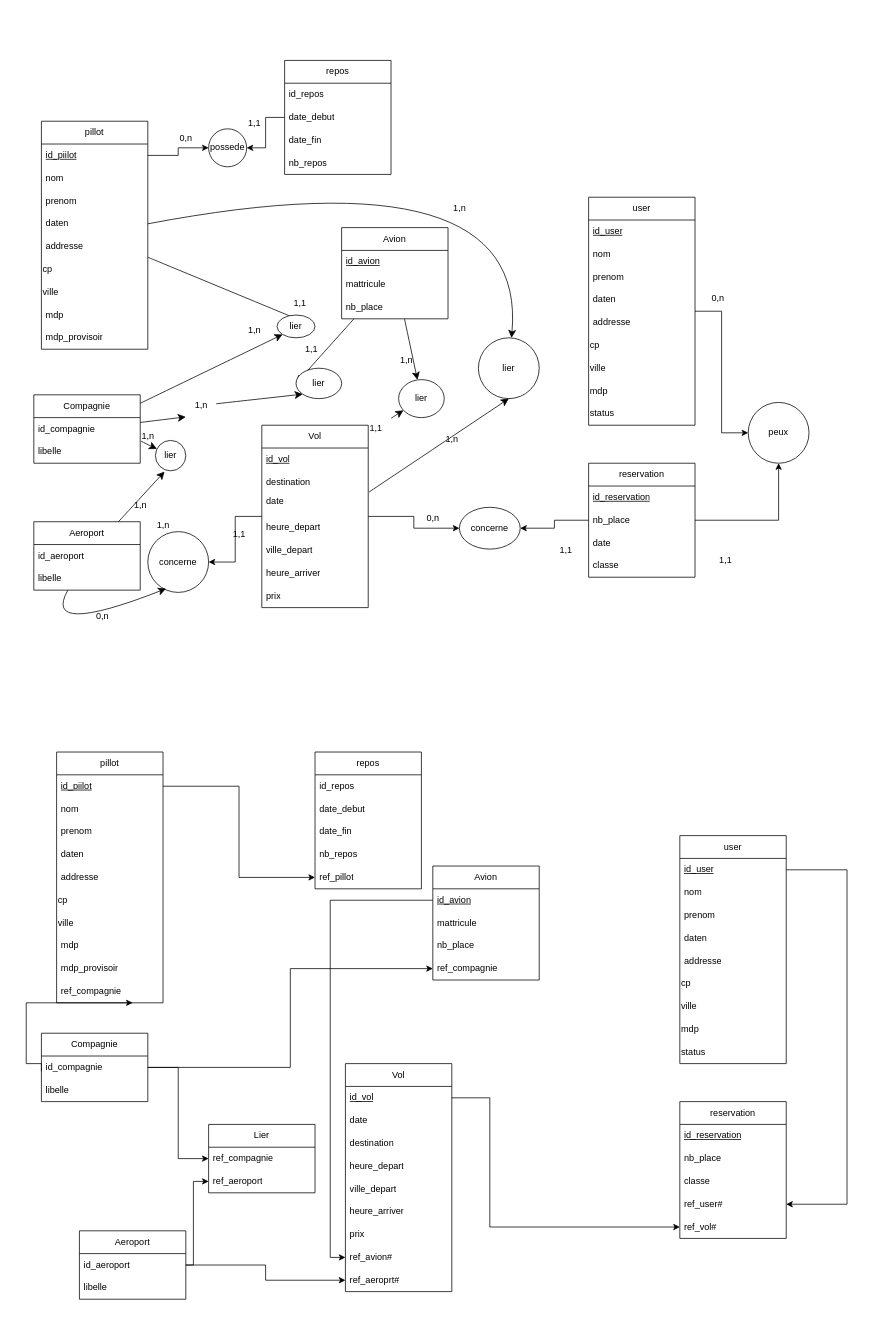
Djibril-Korchi/A-roport keeps this draw.io diagram as page "Page-1" (1 of 2) of MCD(1).drawio. Above is the earlier version. Source tidied: cells renumbered, new cells numbered last; positions are measured from the earlier drawing's top-left corner, leaving out a move shared by most shapes. Both pictures are drawn from the tidied source at 76%, with x=0, y=0 at pixel (26, 60).
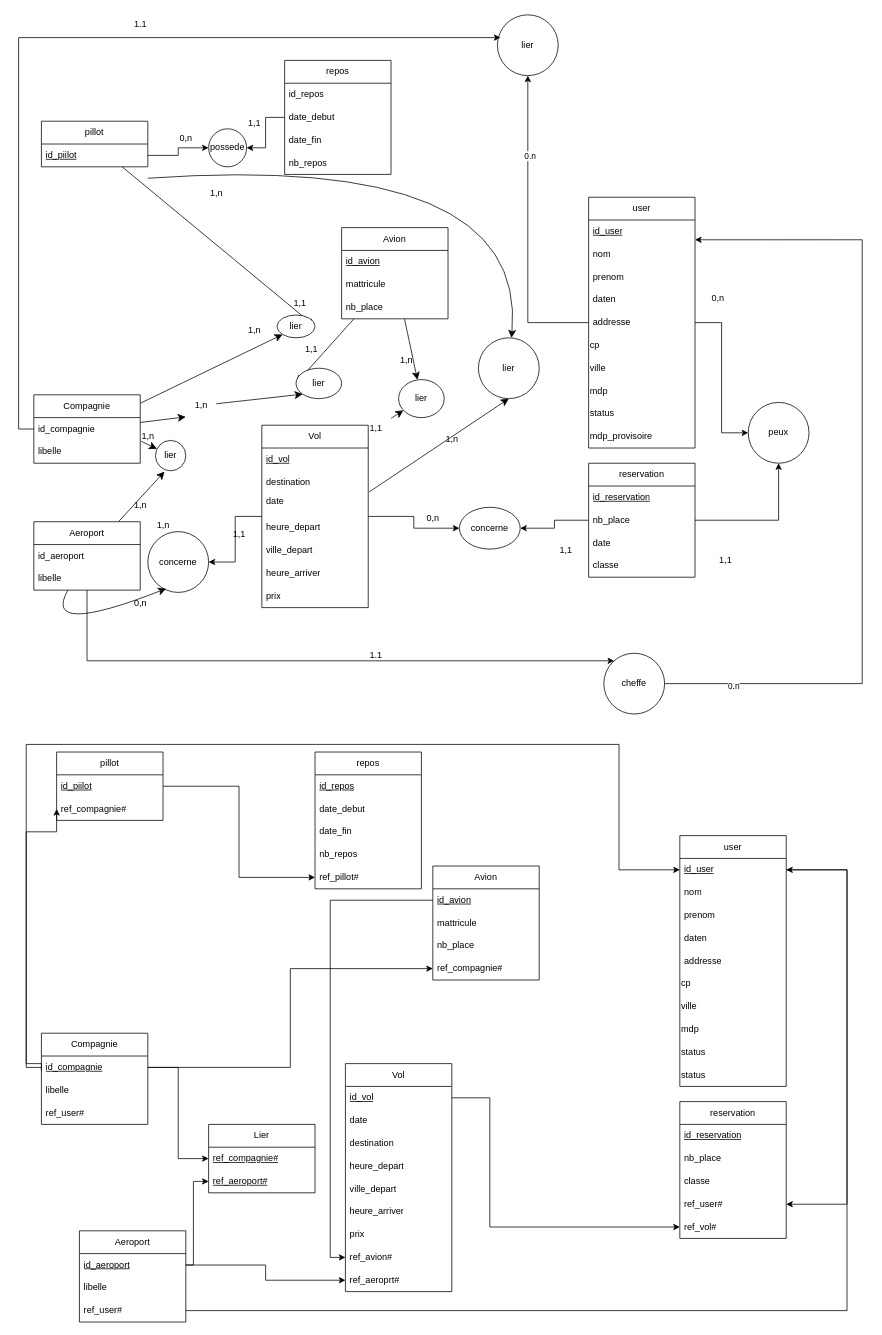
Above is the later version.

The change refers to these unchanged cells:
```xml
<mxCell id="5" value="nom" style="text;strokeColor=none;fillColor=none;align=left;verticalAlign=middle;spacingLeft=4;spacingRight=4;overflow=hidden;points=[[0,0.5],[1,0.5]];portConstraint=eastwest;whiteSpace=wrap;html=1;" parent="3" vertex="1">
  <mxGeometry y="60" width="140" height="30" as="geometry" />
</mxCell>
<mxCell id="63" value="Compagnie" style="swimlane;fontStyle=0;horizontal=1;startSize=30;whiteSpace=wrap;html=1;" parent="1" vertex="1">
  <mxGeometry x="10" y="440" width="140" height="90" as="geometry" />
</mxCell>
<mxCell id="67" value="Aeroport" style="swimlane;fontStyle=0;horizontal=1;startSize=30;whiteSpace=wrap;html=1;" parent="1" vertex="1">
  <mxGeometry x="10" y="607" width="140" height="90" as="geometry" />
</mxCell>
<mxCell id="76" value="lier" style="ellipse;whiteSpace=wrap;html=1;" parent="1" vertex="1">
  <mxGeometry x="595" y="365" width="80" height="80" as="geometry" />
</mxCell>
<mxCell id="83" value="id_user" style="text;strokeColor=none;fillColor=none;align=left;verticalAlign=middle;spacingLeft=4;spacingRight=4;overflow=hidden;points=[[0,0.5],[1,0.5]];portConstraint=eastwest;whiteSpace=wrap;html=1;fontStyle=4;" parent="82" vertex="1">
  <mxGeometry y="30" width="140" height="30" as="geometry" />
</mxCell>
<mxCell id="121" value="Avion" style="swimlane;fontStyle=0;horizontal=1;startSize=30;whiteSpace=wrap;html=1;" parent="1" vertex="1">
  <mxGeometry x="535" y="1060" width="140" height="150" as="geometry" />
</mxCell>
<mxCell id="138" value="Lier" style="swimlane;fontStyle=0;horizontal=1;startSize=30;whiteSpace=wrap;html=1;" parent="1" vertex="1">
  <mxGeometry x="240" y="1400" width="140" height="90" as="geometry" />
</mxCell>
<mxCell id="157" value="repos" style="swimlane;fontStyle=0;horizontal=1;startSize=30;whiteSpace=wrap;html=1;" parent="1" vertex="1">
  <mxGeometry x="380" y="910" width="140" height="180" as="geometry" />
</mxCell>
```

Change to the diagram source:
```diff
@@
+    <mxCell id="164" style="edgeStyle=orthogonalEdgeStyle;rounded=0;jettySize=auto;html=1;" parent="1" edge="1" source="3" target="172">
+      <mxGeometry relative="1" as="geometry" />
+    </mxCell>
+    <mxCell id="165" value="0.n" style="edgeLabel;html=1;align=center;verticalAlign=middle;" parent="164" vertex="1">
+      <mxGeometry x="0.48" y="-2" relative="1" as="geometry" />
+    </mxCell>
     <mxCell id="3" value="user" style="swimlane;fontStyle=0;horizontal=1;startSize=30;whiteSpace=wrap;html=1;" parent="1" vertex="1">
-      <mxGeometry x="740" y="180" width="140" height="300" as="geometry" />
+      <mxGeometry x="740" y="180" width="140" height="330" as="geometry" />
     </mxCell>
@@
+    <mxCell id="166" value="mdp_provisoire" style="text;html=1;align=left;verticalAlign=middle;whiteSpace=wrap;rounded=0;" parent="3" vertex="1">
+      <mxGeometry y="300" width="140" height="30" as="geometry" />
+    </mxCell>
@@
     <mxCell id="32" value="pillot" style="swimlane;fontStyle=0;horizontal=1;startSize=30;whiteSpace=wrap;html=1;" parent="1" vertex="1">
-      <mxGeometry x="20" y="80" width="140" height="300" as="geometry" />
+      <mxGeometry x="20" y="80" width="140" height="60" as="geometry" />
     </mxCell>
@@
-    <mxCell id="34" value="nom" style="text;strokeColor=none;fillColor=none;align=left;verticalAlign=middle;spacingLeft=4;spacingRight=4;overflow=hidden;whiteSpace=wrap;html=1;" parent="32" vertex="1">
-      <mxGeometry y="60" width="140" height="30" as="geometry" />
-    </mxCell>
-    <mxCell id="35" value="prenom" style="text;strokeColor=none;fillColor=none;align=left;verticalAlign=middle;spacingLeft=4;spacingRight=4;overflow=hidden;whiteSpace=wrap;html=1;" parent="32" vertex="1">
-      <mxGeometry y="90" width="140" height="30" as="geometry" />
-    </mxCell>
-    <mxCell id="36" value="daten" style="text;strokeColor=none;fillColor=none;align=left;verticalAlign=middle;spacingLeft=4;spacingRight=4;overflow=hidden;points=[[0,0.5],[1,0.5]];portConstraint=eastwest;whiteSpace=wrap;html=1;" parent="32" vertex="1">
-      <mxGeometry y="120" width="140" height="30" as="geometry" />
-    </mxCell>
-    <mxCell id="37" value="addresse" style="text;strokeColor=none;fillColor=none;align=left;verticalAlign=middle;spacingLeft=4;spacingRight=4;overflow=hidden;whiteSpace=wrap;html=1;" parent="32" vertex="1">
-      <mxGeometry y="150" width="140" height="30" as="geometry" />
-    </mxCell>
-    <mxCell id="38" value="cp" style="text;html=1;align=left;verticalAlign=middle;whiteSpace=wrap;rounded=0;" parent="32" vertex="1">
-      <mxGeometry y="180" width="140" height="30" as="geometry" />
-    </mxCell>
-    <mxCell id="39" value="ville" style="text;html=1;align=left;verticalAlign=middle;whiteSpace=wrap;rounded=0;" parent="32" vertex="1">
-      <mxGeometry y="210" width="140" height="30" as="geometry" />
-    </mxCell>
-    <mxCell id="40" value="mdp" style="text;strokeColor=none;fillColor=none;align=left;verticalAlign=middle;spacingLeft=4;spacingRight=4;overflow=hidden;whiteSpace=wrap;html=1;" parent="32" vertex="1">
-      <mxGeometry y="240" width="140" height="30" as="geometry" />
-    </mxCell>
-    <mxCell id="41" value="mdp_provisoir" style="text;strokeColor=none;fillColor=none;align=left;verticalAlign=middle;spacingLeft=4;spacingRight=4;overflow=hidden;whiteSpace=wrap;html=1;" parent="32" vertex="1">
-      <mxGeometry y="270" width="140" height="30" as="geometry" />
-    </mxCell>
@@
     <mxCell id="58" value="0,n" style="text;html=1;align=center;verticalAlign=middle;strokeColor=none;fillColor=none;" parent="1" vertex="1">
-      <mxGeometry x="80" y="717" width="40" height="30" as="geometry" />
+      <mxGeometry x="130" y="700" width="40" height="30" as="geometry" />
     </mxCell>
@@
+    <mxCell id="167" style="edgeStyle=orthogonalEdgeStyle;rounded=0;jettySize=auto;html=1;" parent="1" edge="1" source="67" target="174">
+      <mxGeometry relative="1" as="geometry">
+        <Array as="points">
+          <mxPoint x="80" y="790" />
+        </Array>
+      </mxGeometry>
+    </mxCell>
@@
-    <mxCell id="77" style="edgeStyle=none;curved=1;rounded=0;jettySize=auto;html=1;fontSize=12;startSize=8;endSize=8;exitX=1;exitY=0.5;exitDx=0;exitDy=0;" parent="1" edge="1" source="36" target="76">
+    <mxCell id="77" style="edgeStyle=none;curved=1;rounded=0;jettySize=auto;html=1;fontSize=12;startSize=8;endSize=8;exitX=1;exitY=0.5;exitDx=0;exitDy=0;" parent="1" edge="1" target="76">
       <mxGeometry relative="1" as="geometry">
+        <mxPoint x="160" y="155" as="sourcePoint" />
         <Array as="points">
           <mxPoint x="660" y="120" />
         </Array>
       </mxGeometry>
     </mxCell>
@@
     <mxCell id="82" value="user" style="swimlane;fontStyle=0;horizontal=1;startSize=30;whiteSpace=wrap;html=1;" parent="1" vertex="1">
-      <mxGeometry x="860" y="1020" width="140" height="300" as="geometry" />
+      <mxGeometry x="860" y="1020" width="140" height="330" as="geometry" />
     </mxCell>
@@
+    <mxCell id="168" value="status" style="text;html=1;align=left;verticalAlign=middle;whiteSpace=wrap;rounded=0;" parent="82" vertex="1">
+      <mxGeometry y="300" width="140" height="30" as="geometry" />
+    </mxCell>
@@
     <mxCell id="110" value="pillot" style="swimlane;fontStyle=0;horizontal=1;startSize=30;whiteSpace=wrap;html=1;" parent="1" vertex="1">
-      <mxGeometry x="40" y="910" width="140" height="330" as="geometry" />
+      <mxGeometry x="40" y="910" width="140" height="90" as="geometry" />
     </mxCell>
@@
-    <mxCell id="112" value="nom" style="text;strokeColor=none;fillColor=none;align=left;verticalAlign=middle;spacingLeft=4;spacingRight=4;overflow=hidden;whiteSpace=wrap;html=1;" parent="110" vertex="1">
-      <mxGeometry y="60" width="140" height="30" as="geometry" />
-    </mxCell>
-    <mxCell id="113" value="prenom" style="text;strokeColor=none;fillColor=none;align=left;verticalAlign=middle;spacingLeft=4;spacingRight=4;overflow=hidden;whiteSpace=wrap;html=1;" parent="110" vertex="1">
-      <mxGeometry y="90" width="140" height="30" as="geometry" />
-    </mxCell>
-    <mxCell id="114" value="daten" style="text;strokeColor=none;fillColor=none;align=left;verticalAlign=middle;spacingLeft=4;spacingRight=4;overflow=hidden;whiteSpace=wrap;html=1;" parent="110" vertex="1">
-      <mxGeometry y="120" width="140" height="30" as="geometry" />
-    </mxCell>
-    <mxCell id="115" value="addresse" style="text;strokeColor=none;fillColor=none;align=left;verticalAlign=middle;spacingLeft=4;spacingRight=4;overflow=hidden;whiteSpace=wrap;html=1;" parent="110" vertex="1">
-      <mxGeometry y="150" width="140" height="30" as="geometry" />
-    </mxCell>
-    <mxCell id="116" value="cp" style="text;html=1;align=left;verticalAlign=middle;whiteSpace=wrap;rounded=0;" parent="110" vertex="1">
-      <mxGeometry y="180" width="140" height="30" as="geometry" />
-    </mxCell>
-    <mxCell id="117" value="ville" style="text;html=1;align=left;verticalAlign=middle;whiteSpace=wrap;rounded=0;" parent="110" vertex="1">
-      <mxGeometry y="210" width="140" height="30" as="geometry" />
-    </mxCell>
-    <mxCell id="118" value="mdp" style="text;strokeColor=none;fillColor=none;align=left;verticalAlign=middle;spacingLeft=4;spacingRight=4;overflow=hidden;whiteSpace=wrap;html=1;" parent="110" vertex="1">
-      <mxGeometry y="240" width="140" height="30" as="geometry" />
-    </mxCell>
-    <mxCell id="119" value="mdp_provisoir" style="text;strokeColor=none;fillColor=none;align=left;verticalAlign=middle;spacingLeft=4;spacingRight=4;overflow=hidden;whiteSpace=wrap;html=1;" parent="110" vertex="1">
-      <mxGeometry y="270" width="140" height="30" as="geometry" />
-    </mxCell>
-    <mxCell id="120" value="ref_compagnie" style="text;strokeColor=none;fillColor=none;align=left;verticalAlign=middle;spacingLeft=4;spacingRight=4;overflow=hidden;points=[[0,0.5],[1,0.5]];portConstraint=eastwest;whiteSpace=wrap;html=1;" parent="110" vertex="1">
-      <mxGeometry y="300" width="140" height="30" as="geometry" />
+    <mxCell id="120" value="ref_compagnie#" style="text;strokeColor=none;fillColor=none;align=left;verticalAlign=middle;spacingLeft=4;spacingRight=4;overflow=hidden;points=[[0,0.5],[1,0.5]];portConstraint=eastwest;whiteSpace=wrap;html=1;" parent="110" vertex="1">
+      <mxGeometry y="60" width="140" height="30" as="geometry" />
     </mxCell>
@@
-    <mxCell id="125" value="ref_compagnie" style="text;strokeColor=none;fillColor=none;align=left;verticalAlign=middle;spacingLeft=4;spacingRight=4;overflow=hidden;points=[[0,0.5],[1,0.5]];portConstraint=eastwest;whiteSpace=wrap;html=1;" parent="121" vertex="1">
+    <mxCell id="125" value="ref_compagnie#" style="text;strokeColor=none;fillColor=none;align=left;verticalAlign=middle;spacingLeft=4;spacingRight=4;overflow=hidden;points=[[0,0.5],[1,0.5]];portConstraint=eastwest;whiteSpace=wrap;html=1;" parent="121" vertex="1">
       <mxGeometry y="120" width="140" height="30" as="geometry" />
     </mxCell>
+    <mxCell id="169" style="edgeStyle=orthogonalEdgeStyle;rounded=0;jettySize=auto;html=1;exitX=0;exitY=0.5;exitDx=0;exitDy=0;" parent="1" edge="1" source="128" target="83">
+      <mxGeometry relative="1" as="geometry">
+        <Array as="points">
+          <mxPoint y="1325" />
+          <mxPoint y="900" />
+          <mxPoint x="780" y="900" />
+          <mxPoint x="780" y="1065" />
+        </Array>
+      </mxGeometry>
+    </mxCell>
     <mxCell id="126" value="Compagnie" style="swimlane;fontStyle=0;horizontal=1;startSize=30;whiteSpace=wrap;html=1;" parent="1" vertex="1">
-      <mxGeometry x="20" y="1280" width="140" height="90" as="geometry" />
+      <mxGeometry x="20" y="1280" width="140" height="120" as="geometry" />
     </mxCell>
-    <mxCell id="127" style="edgeStyle=orthogonalEdgeStyle;rounded=0;orthogonalLoop=1;jettySize=auto;html=1;entryX=0;entryY=0.5;entryDx=0;entryDy=0;" parent="126" edge="1">
+    <mxCell id="127" style="edgeStyle=orthogonalEdgeStyle;rounded=0;jettySize=auto;html=1;entryX=0;entryY=0.5;entryDx=0;entryDy=0;" parent="126" edge="1" target="120">
       <mxGeometry relative="1" as="geometry">
         <mxPoint y="50" as="sourcePoint" />
-        <mxPoint x="120" y="-40" as="targetPoint" />
         <Array as="points">
           <mxPoint y="40" />
           <mxPoint x="-20" y="40" />
-          <mxPoint x="-20" y="-40" />
+          <mxPoint x="-20" y="-265" />
         </Array>
       </mxGeometry>
     </mxCell>
-    <mxCell id="128" value="id_compagnie" style="text;strokeColor=none;fillColor=none;align=left;verticalAlign=middle;spacingLeft=4;spacingRight=4;overflow=hidden;points=[[0,0.5],[1,0.5]];portConstraint=eastwest;whiteSpace=wrap;html=1;" parent="126" vertex="1">
+    <mxCell id="128" value="id_compagnie" style="text;strokeColor=none;fillColor=none;align=left;verticalAlign=middle;spacingLeft=4;spacingRight=4;overflow=hidden;points=[[0,0.5],[1,0.5]];portConstraint=eastwest;whiteSpace=wrap;html=1;fontStyle=4;" parent="126" vertex="1">
       <mxGeometry y="30" width="140" height="30" as="geometry" />
     </mxCell>
@@
+    <mxCell id="170" value="ref_user#" style="text;strokeColor=none;fillColor=none;align=left;verticalAlign=middle;spacingLeft=4;spacingRight=4;overflow=hidden;whiteSpace=wrap;html=1;" parent="126" vertex="1">
+      <mxGeometry y="90" width="140" height="30" as="geometry" />
+    </mxCell>
     <mxCell id="130" value="Aeroport" style="swimlane;fontStyle=0;horizontal=1;startSize=30;whiteSpace=wrap;html=1;" parent="1" vertex="1">
-      <mxGeometry x="70" y="1540" width="140" height="90" as="geometry" />
+      <mxGeometry x="70" y="1540" width="140" height="120" as="geometry" />
     </mxCell>
-    <mxCell id="131" value="id_aeroport" style="text;strokeColor=none;fillColor=none;align=left;verticalAlign=middle;spacingLeft=4;spacingRight=4;overflow=hidden;points=[[0,0.5],[1,0.5]];portConstraint=eastwest;whiteSpace=wrap;html=1;" parent="130" vertex="1">
+    <mxCell id="131" value="id_aeroport" style="text;strokeColor=none;fillColor=none;align=left;verticalAlign=middle;spacingLeft=4;spacingRight=4;overflow=hidden;points=[[0,0.5],[1,0.5]];portConstraint=eastwest;whiteSpace=wrap;html=1;fontStyle=4;" parent="130" vertex="1">
       <mxGeometry y="30" width="140" height="30" as="geometry" />
     </mxCell>
@@
+    <mxCell id="171" value="ref_user#" style="text;strokeColor=none;fillColor=none;align=left;verticalAlign=middle;spacingLeft=4;spacingRight=4;overflow=hidden;points=[[0,0.5],[1,0.5]];portConstraint=eastwest;whiteSpace=wrap;html=1;" parent="130" vertex="1">
+      <mxGeometry y="90" width="140" height="30" as="geometry" />
+    </mxCell>
     <mxCell id="133" value="1,n" style="text;html=1;align=center;verticalAlign=middle;strokeColor=none;fillColor=none;" parent="1" vertex="1">
-      <mxGeometry x="550" y="180" width="40" height="30" as="geometry" />
+      <mxGeometry x="230" y="160" width="40" height="30" as="geometry" />
     </mxCell>
@@
-    <mxCell id="139" value="ref_compagnie" style="text;strokeColor=none;fillColor=none;align=left;verticalAlign=middle;spacingLeft=4;spacingRight=4;overflow=hidden;points=[[0,0.5],[1,0.5]];portConstraint=eastwest;whiteSpace=wrap;html=1;" parent="138" vertex="1">
+    <mxCell id="139" value="ref_compagnie#" style="text;strokeColor=none;fillColor=none;align=left;verticalAlign=middle;spacingLeft=4;spacingRight=4;overflow=hidden;points=[[0,0.5],[1,0.5]];portConstraint=eastwest;whiteSpace=wrap;html=1;fontStyle=4;" parent="138" vertex="1">
       <mxGeometry y="30" width="140" height="30" as="geometry" />
     </mxCell>
-    <mxCell id="140" value="ref_aeroport" style="text;strokeColor=none;fillColor=none;align=left;verticalAlign=middle;spacingLeft=4;spacingRight=4;overflow=hidden;points=[[0,0.5],[1,0.5]];portConstraint=eastwest;whiteSpace=wrap;html=1;" parent="138" vertex="1">
+    <mxCell id="140" value="ref_aeroport#" style="text;strokeColor=none;fillColor=none;align=left;verticalAlign=middle;spacingLeft=4;spacingRight=4;overflow=hidden;points=[[0,0.5],[1,0.5]];portConstraint=eastwest;whiteSpace=wrap;html=1;fontStyle=4;" parent="138" vertex="1">
       <mxGeometry y="60" width="140" height="30" as="geometry" />
     </mxCell>
@@
-    <mxCell id="158" value="id_repos" style="text;strokeColor=none;fillColor=none;align=left;verticalAlign=middle;spacingLeft=4;spacingRight=4;overflow=hidden;whiteSpace=wrap;html=1;" parent="157" vertex="1">
+    <mxCell id="158" value="id_repos" style="text;strokeColor=none;fillColor=none;align=left;verticalAlign=middle;spacingLeft=4;spacingRight=4;overflow=hidden;whiteSpace=wrap;html=1;fontStyle=4;" parent="157" vertex="1">
       <mxGeometry y="30" width="140" height="30" as="geometry" />
     </mxCell>
@@
-    <mxCell id="162" value="ref_pillot" style="text;strokeColor=none;fillColor=none;align=left;verticalAlign=middle;spacingLeft=4;spacingRight=4;overflow=hidden;points=[[0,0.5],[1,0.5]];portConstraint=eastwest;whiteSpace=wrap;html=1;" parent="157" vertex="1">
+    <mxCell id="162" value="ref_pillot#" style="text;strokeColor=none;fillColor=none;align=left;verticalAlign=middle;spacingLeft=4;spacingRight=4;overflow=hidden;points=[[0,0.5],[1,0.5]];portConstraint=eastwest;whiteSpace=wrap;html=1;" parent="157" vertex="1">
       <mxGeometry y="150" width="140" height="30" as="geometry" />
     </mxCell>
@@
+    <mxCell id="172" value="lier" style="ellipse;whiteSpace=wrap;html=1;fontStyle=0;startSize=30;" parent="1" vertex="1">
+      <mxGeometry x="620" y="-60" width="80" height="80" as="geometry" />
+    </mxCell>
+    <mxCell id="173" style="edgeStyle=orthogonalEdgeStyle;rounded=0;jettySize=auto;html=1;entryX=0.05;entryY=0.375;entryDx=0;entryDy=0;entryPerimeter=0;" parent="1" edge="1" source="63" target="172">
+      <mxGeometry relative="1" as="geometry">
+        <Array as="points">
+          <mxPoint x="-10" y="485" />
+          <mxPoint x="-10" y="-30" />
+        </Array>
+      </mxGeometry>
+    </mxCell>
+    <mxCell id="174" value="cheffe" style="ellipse;whiteSpace=wrap;html=1;fontStyle=0;startSize=30;" parent="1" vertex="1">
+      <mxGeometry x="760" y="780" width="80" height="80" as="geometry" />
+    </mxCell>
+    <mxCell id="175" style="edgeStyle=orthogonalEdgeStyle;rounded=0;jettySize=auto;html=1;entryX=1;entryY=-0.133;entryDx=0;entryDy=0;entryPerimeter=0;" parent="1" edge="1" source="174" target="5">
+      <mxGeometry relative="1" as="geometry">
+        <Array as="points">
+          <mxPoint x="1100" y="820" />
+          <mxPoint x="1100" y="236" />
+        </Array>
+      </mxGeometry>
+    </mxCell>
+    <mxCell id="176" value="0.n" style="edgeLabel;html=1;align=center;verticalAlign=middle;" parent="175" vertex="1">
+      <mxGeometry x="-0.83" y="-3" relative="1" as="geometry" />
+    </mxCell>
+    <mxCell id="177" value="1.1" style="text;html=1;align=center;verticalAlign=middle;strokeColor=none;fillColor=none;" parent="1" vertex="1">
+      <mxGeometry x="130" y="-62" width="40" height="30" as="geometry" />
+    </mxCell>
+    <mxCell id="178" value="1.1" style="text;html=1;align=center;verticalAlign=middle;strokeColor=none;fillColor=none;" parent="1" vertex="1">
+      <mxGeometry x="440" y="768" width="40" height="30" as="geometry" />
+    </mxCell>
+    <mxCell id="179" style="edgeStyle=orthogonalEdgeStyle;rounded=0;jettySize=auto;html=1;entryX=1;entryY=0.5;entryDx=0;entryDy=0;" parent="1" edge="1" source="171" target="83">
+      <mxGeometry relative="1" as="geometry">
+        <Array as="points">
+          <mxPoint x="1080" y="1645" />
+          <mxPoint x="1080" y="1065" />
+        </Array>
+      </mxGeometry>
+    </mxCell>
```
